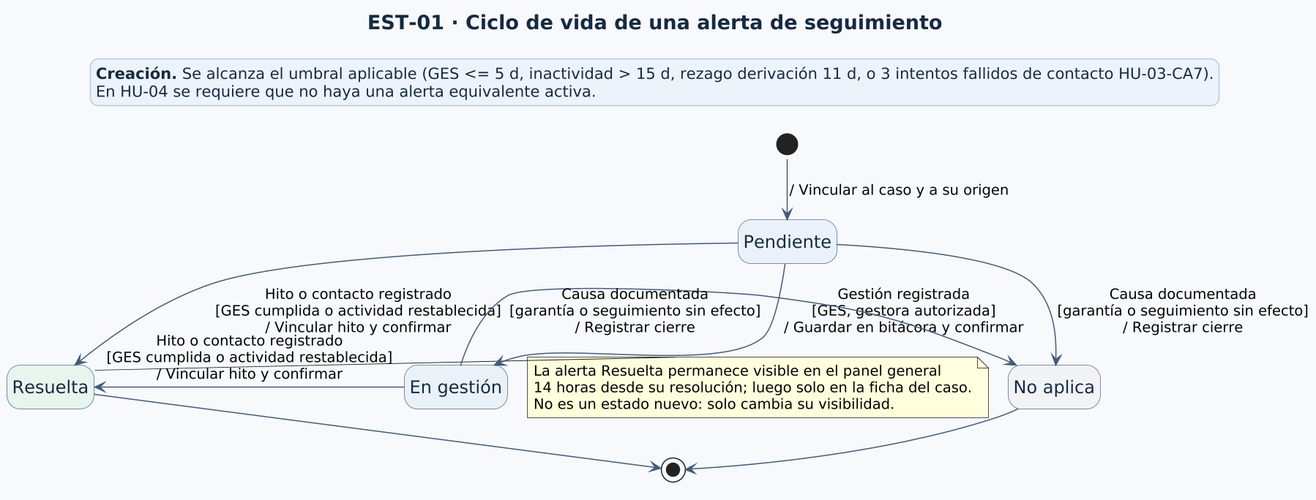
br1fz/OncoTrace keeps this PlantUML diagram as diagramas/EST-01-AlertaSeguimiento.png. Above is the earlier version.
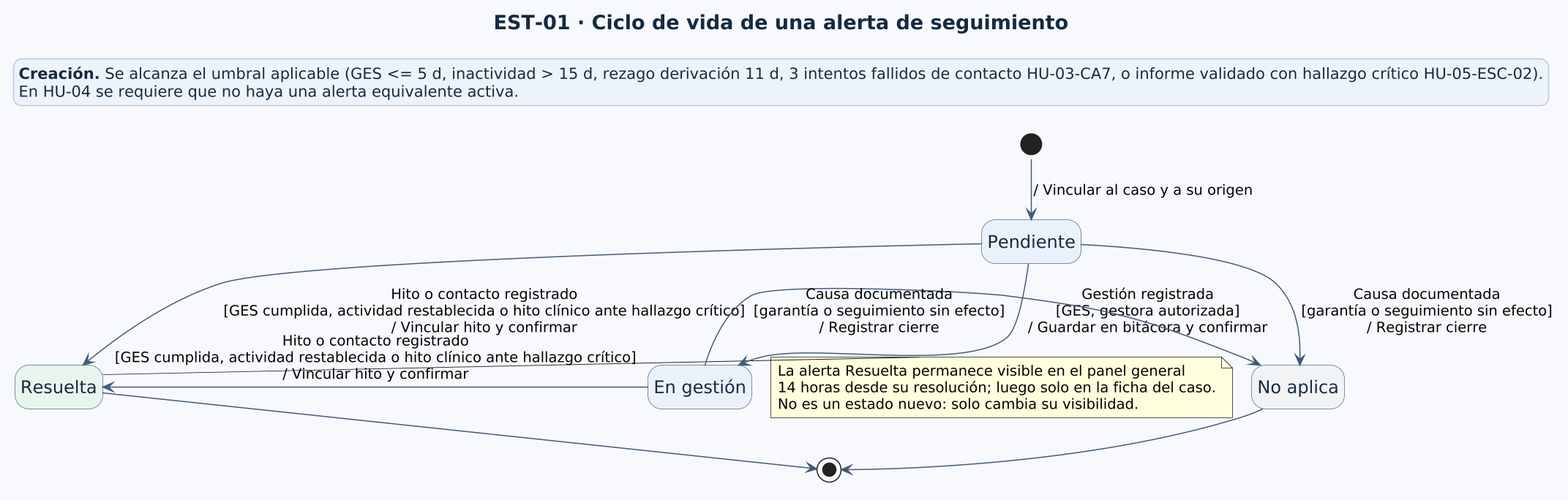
Above is the later version.

Diff of the diagram source:
```diff
@@ -1,4 +1,4 @@
-@startuml
+@startuml EST-01-AlertaSeguimiento
 !pragma layout smetana
 hide empty description
 skinparam shadowing false
@@ -30,9 +30,9 @@
 
 [*] -down-> P : / Vincular al caso y a su origen
 P -down-> G : Gestión registrada\n[GES, gestora autorizada]\n/ Guardar en bitácora y confirmar
-P -down-> R : Hito o contacto registrado\n[GES cumplida o actividad restablecida]\n/ Vincular hito y confirmar
+P -down-> R : Hito o contacto registrado\n[GES cumplida, actividad restablecida o hito clínico ante hallazgo crítico]\n/ Vincular hito y confirmar
 P -down-> N : Causa documentada\n[garantía o seguimiento sin efecto]\n/ Registrar cierre
-G -left-> R : Hito o contacto registrado\n[GES cumplida o actividad restablecida]\n/ Vincular hito y confirmar
+G -left-> R : Hito o contacto registrado\n[GES cumplida, actividad restablecida o hito clínico ante hallazgo crítico]\n/ Vincular hito y confirmar
 G -right-> N : Causa documentada\n[garantía o seguimiento sin efecto]\n/ Registrar cierre
 R -down-> [*]
 N -down-> [*]
@@ -44,7 +44,7 @@
 end note
 
 legend top
-  **Creación.** Se alcanza el umbral aplicable (GES <= 5 d, inactividad > 15 d, rezago derivación 11 d, o 3 intentos fallidos de contacto HU-03-CA7).
+  **Creación.** Se alcanza el umbral aplicable (GES <= 5 d, inactividad > 15 d, rezago derivación 11 d, 3 intentos fallidos de contacto HU-03-CA7, o informe validado con hallazgo crítico HU-05-ESC-02).
   En HU-04 se requiere que no haya una alerta equivalente activa.
 endlegend
 @enduml
```
